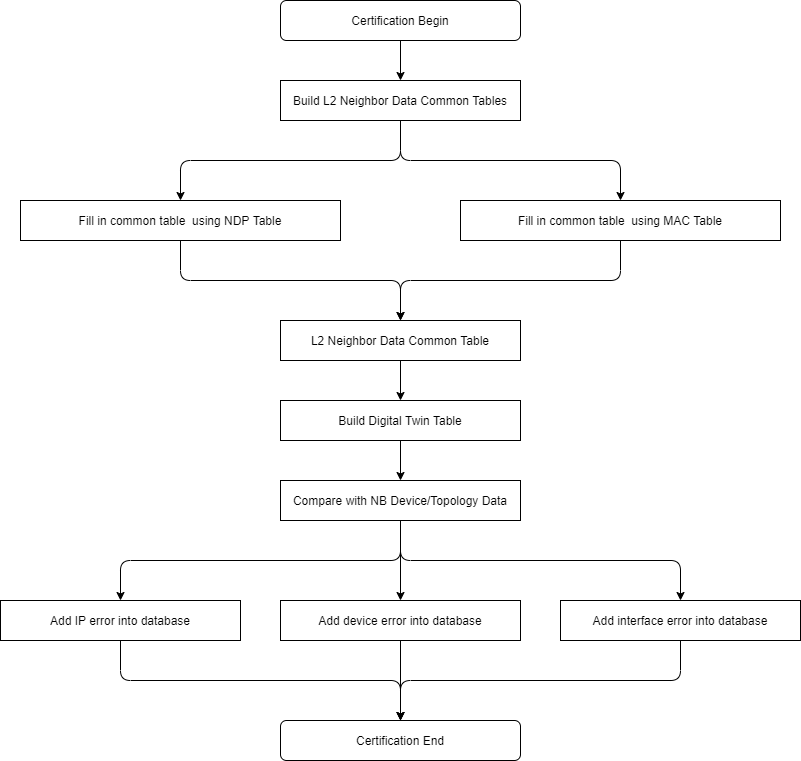
Before: Platform Certification Guidance/images/Certification-L2 Checking Logic.png, a diagram exported from draw.io (PlatformCertification/Certification-IEv10.0). Source tidied: cells renumbered, new cells last; positions are measured from the earlier drawing's top-left corner, leaving out a move shared by most shapes.
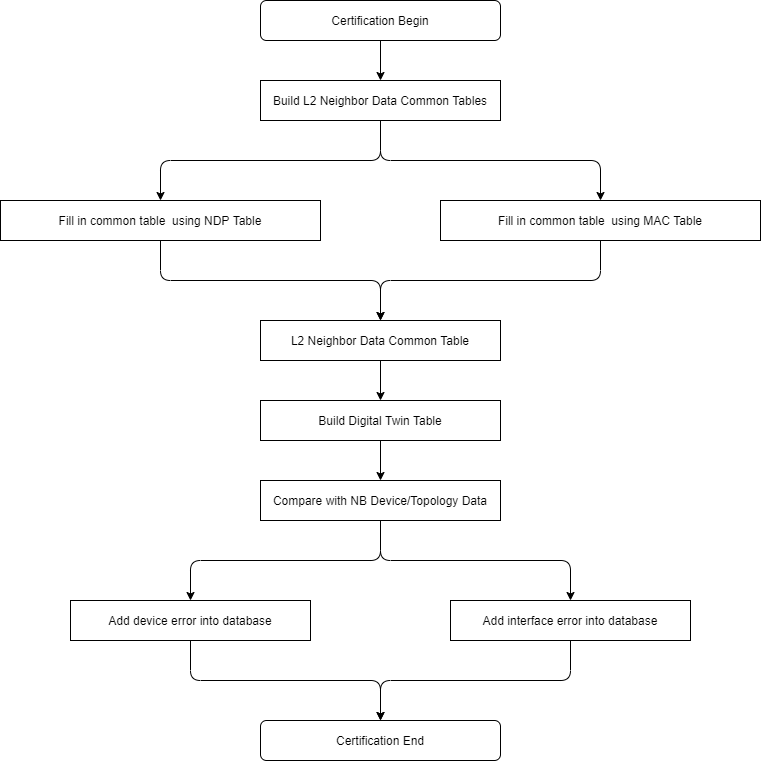
The same diagram one commit later.

Change to the diagram source:
```diff
@@ -41,36 +41,27 @@
     <mxCell id="14" value="L2 Neighbor Data Common Table" style="rounded=0;whiteSpace=wrap;html=1;shadow=0;strokeColor=#000000;fillColor=none;gradientColor=none;align=center;" parent="1" vertex="1">
       <mxGeometry x="280" y="320" width="240" height="40" as="geometry" />
     </mxCell>
-    <mxCell id="15" style="edgeStyle=orthogonalEdgeStyle;rounded=0;jettySize=auto;html=1;" parent="1" edge="1" source="16" target="19">
+    <mxCell id="15" style="edgeStyle=orthogonalEdgeStyle;rounded=1;jettySize=auto;html=1;" parent="1" edge="1" source="16" target="19">
       <mxGeometry relative="1" as="geometry" />
     </mxCell>
     <mxCell id="16" value="Compare with NB Device/Topology Data" style="rounded=0;whiteSpace=wrap;html=1;shadow=0;strokeColor=#000000;fillColor=none;gradientColor=none;align=center;" parent="1" vertex="1">
       <mxGeometry x="280" y="480" width="240" height="40" as="geometry" />
     </mxCell>
-    <mxCell id="17" value="Add IP error into database" style="rounded=0;whiteSpace=wrap;html=1;shadow=0;strokeColor=#000000;fillColor=none;gradientColor=none;align=center;" parent="1" vertex="1">
-      <mxGeometry y="600" width="240" height="40" as="geometry" />
-    </mxCell>
-    <mxCell id="18" style="edgeStyle=orthogonalEdgeStyle;rounded=0;jettySize=auto;html=1;" parent="1" edge="1" source="19" target="21">
+    <mxCell id="18" style="edgeStyle=orthogonalEdgeStyle;rounded=1;jettySize=auto;html=1;" parent="1" edge="1" source="19" target="21">
       <mxGeometry relative="1" as="geometry" />
     </mxCell>
     <mxCell id="19" value="Add device error into database" style="rounded=0;whiteSpace=wrap;html=1;shadow=0;strokeColor=#000000;fillColor=none;gradientColor=none;align=center;" parent="1" vertex="1">
-      <mxGeometry x="280" y="600" width="240" height="40" as="geometry" />
+      <mxGeometry x="90" y="600" width="240" height="40" as="geometry" />
     </mxCell>
     <mxCell id="20" value="Add interface error into database" style="rounded=0;whiteSpace=wrap;html=1;shadow=0;strokeColor=#000000;fillColor=none;gradientColor=none;align=center;" parent="1" vertex="1">
-      <mxGeometry x="560" y="600" width="240" height="40" as="geometry" />
+      <mxGeometry x="470" y="600" width="240" height="40" as="geometry" />
     </mxCell>
     <mxCell id="21" value="Certification End" style="rounded=1;whiteSpace=wrap;html=1;shadow=0;strokeColor=#000000;fillColor=none;gradientColor=none;align=center;" parent="1" vertex="1">
       <mxGeometry x="280" y="720" width="240" height="40" as="geometry" />
     </mxCell>
-    <mxCell id="22" style="endArrow=classic;html=1;exitX=0.5;exitY=1;exitDx=0;exitDy=0;entryX=0.5;entryY=0;entryDx=0;entryDy=0;edgeStyle=orthogonalEdgeStyle;" parent="1" edge="1" source="16" target="17">
-      <mxGeometry relative="1" as="geometry" />
-    </mxCell>
     <mxCell id="23" style="endArrow=classic;html=1;exitX=0.5;exitY=1;exitDx=0;exitDy=0;entryX=0.5;entryY=0;entryDx=0;entryDy=0;edgeStyle=orthogonalEdgeStyle;" parent="1" edge="1" source="16" target="20">
       <mxGeometry relative="1" as="geometry" />
     </mxCell>
-    <mxCell id="24" style="endArrow=classic;html=1;exitX=0.5;exitY=1;exitDx=0;exitDy=0;entryX=0.5;entryY=0;entryDx=0;entryDy=0;edgeStyle=orthogonalEdgeStyle;" parent="1" edge="1" source="17" target="21">
-      <mxGeometry relative="1" as="geometry" />
-    </mxCell>
     <mxCell id="25" style="endArrow=classic;html=1;exitX=0.5;exitY=1;exitDx=0;exitDy=0;entryX=0.5;entryY=0;entryDx=0;entryDy=0;edgeStyle=orthogonalEdgeStyle;" parent="1" edge="1" source="20" target="21">
       <mxGeometry relative="1" as="geometry" />
     </mxCell>
```
